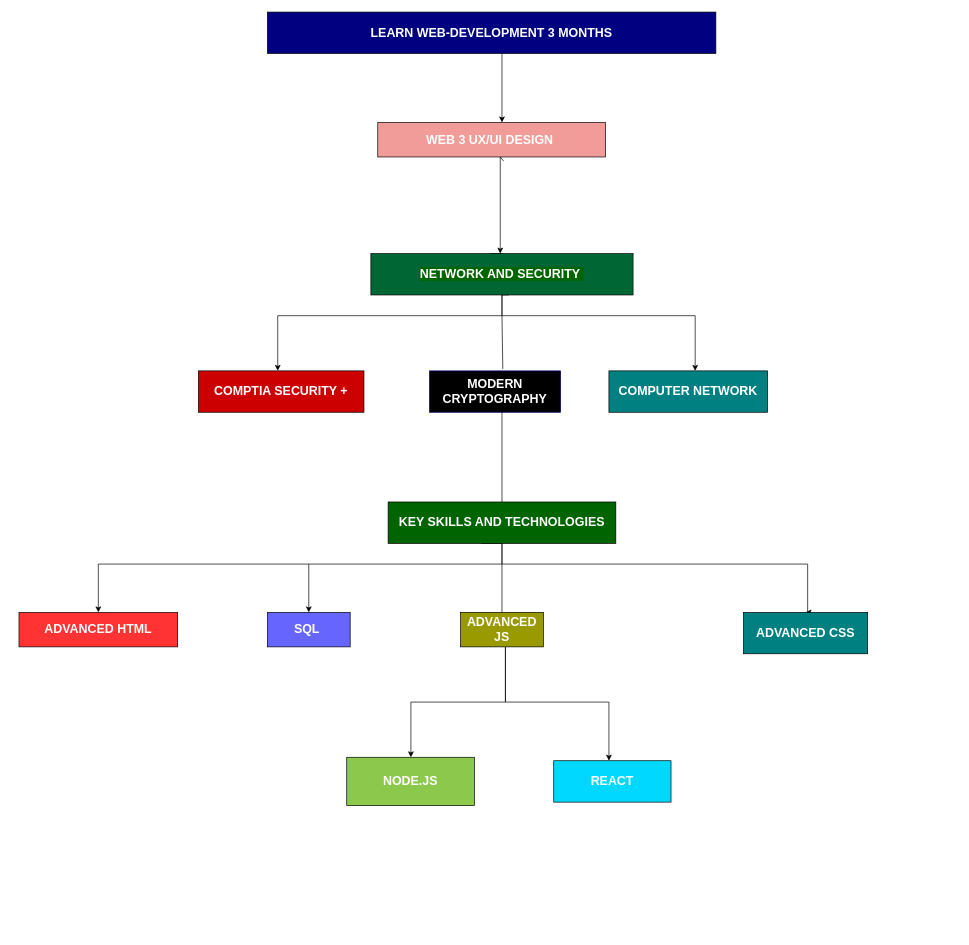
chapman91/Career-Portfolio keeps this draw.io diagram as Career_Roadmap_2023.drawio. Above is the earlier version. Source tidied: cells renumbered, new cells numbered last; positions are measured from the earlier drawing's top-left corner, leaving out a move shared by most shapes. Both pictures are drawn from the tidied source at 69%, with x=0, y=0 at pixel (19, 12).
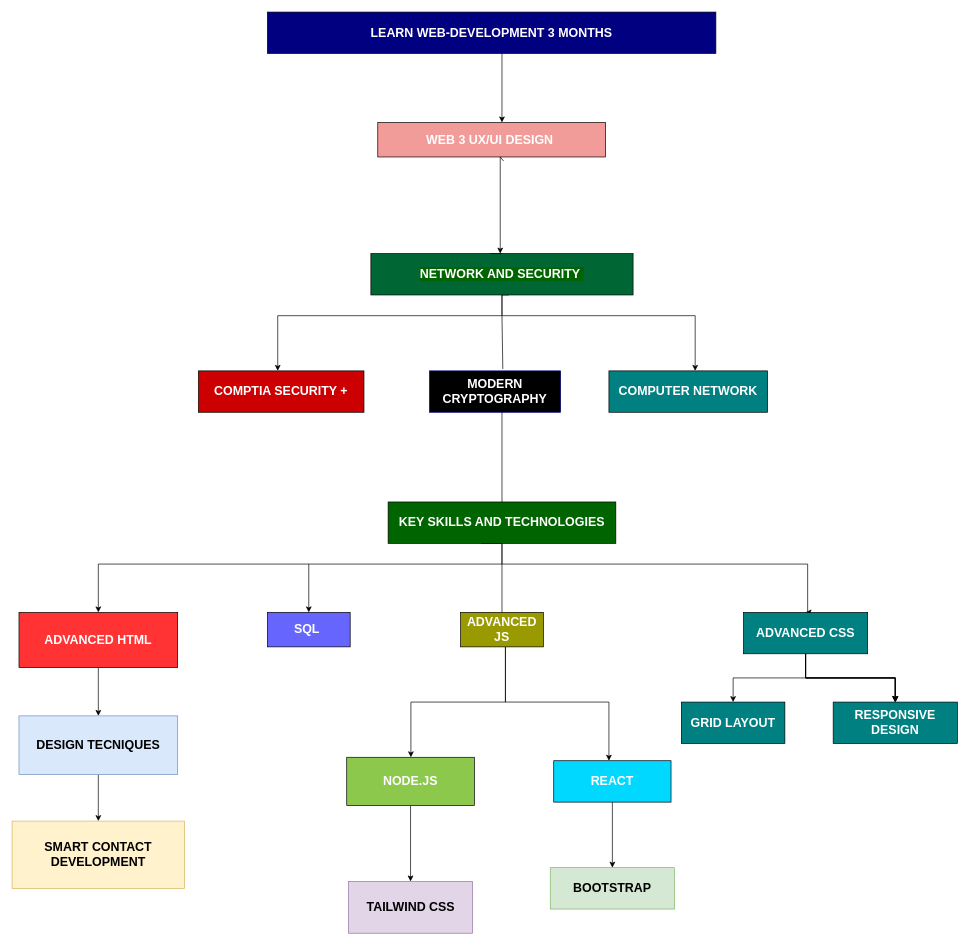
After the change.

The change refers to these unchanged cells:
```xml
<mxCell id="8" value="&lt;h2&gt;&lt;b&gt;&lt;font color=&quot;#ffffff&quot;&gt;ADVANCED CSS&lt;/font&gt;&lt;/b&gt;&lt;/h2&gt;" style="rounded=0;whiteSpace=wrap;html=1;fillColor=#008080;" parent="1" vertex="1">
  <mxGeometry x="1050" y="870" width="180" height="60" as="geometry" />
</mxCell>
<mxCell id="12" value="&lt;h2&gt;&lt;b&gt;&lt;font color=&quot;#ffffff&quot;&gt;NODE.JS&lt;/font&gt;&lt;/b&gt;&lt;/h2&gt;" style="whiteSpace=wrap;html=1;rounded=0;fillColor=#8CC84B;" parent="1" vertex="1">
  <mxGeometry x="475" y="1080" width="185" height="70" as="geometry" />
</mxCell>
<mxCell id="13" value="&lt;h2&gt;&lt;b&gt;&lt;font color=&quot;#ffffff&quot;&gt;REACT&lt;/font&gt;&lt;/b&gt;&lt;/h2&gt;" style="whiteSpace=wrap;html=1;rounded=0;fillColor=#00D8FF;" parent="1" vertex="1">
  <mxGeometry x="775" y="1085" width="170" height="60" as="geometry" />
</mxCell>
```

Change to the diagram source:
```diff
@@
+    <mxCell id="27" style="edgeStyle=orthogonalEdgeStyle;rounded=0;jettySize=auto;html=1;" parent="1" edge="1" source="7" target="37">
+      <mxGeometry relative="1" as="geometry" />
+    </mxCell>
     <mxCell id="7" value="&lt;h2&gt;&lt;font color=&quot;#ffffff&quot;&gt;ADVANCED HTML&lt;/font&gt;&lt;/h2&gt;" style="whiteSpace=wrap;html=1;rounded=0;fillColor=#FF3333;" parent="1" vertex="1">
-      <mxGeometry y="870" width="230" height="50" as="geometry" />
+      <mxGeometry y="870" width="230" height="80" as="geometry" />
     </mxCell>
+    <mxCell id="28" style="edgeStyle=orthogonalEdgeStyle;rounded=0;jettySize=auto;html=1;" parent="1" edge="1" source="8" target="38">
+      <mxGeometry relative="1" as="geometry" />
+    </mxCell>
+    <mxCell id="29" style="edgeStyle=orthogonalEdgeStyle;rounded=0;jettySize=auto;html=1;" parent="1" edge="1" source="8" target="38">
+      <mxGeometry relative="1" as="geometry" />
+    </mxCell>
+    <mxCell id="30" style="edgeStyle=orthogonalEdgeStyle;rounded=0;jettySize=auto;html=1;" parent="1" edge="1" source="8" target="38">
+      <mxGeometry relative="1" as="geometry" />
+    </mxCell>
+    <mxCell id="31" style="edgeStyle=orthogonalEdgeStyle;rounded=0;jettySize=auto;html=1;" parent="1" edge="1" source="8" target="38">
+      <mxGeometry relative="1" as="geometry" />
+    </mxCell>
+    <mxCell id="32" style="edgeStyle=orthogonalEdgeStyle;rounded=0;jettySize=auto;html=1;" parent="1" edge="1" source="8" target="38">
+      <mxGeometry relative="1" as="geometry" />
+    </mxCell>
+    <mxCell id="33" style="edgeStyle=orthogonalEdgeStyle;rounded=0;jettySize=auto;html=1;" parent="1" edge="1" source="8" target="39">
+      <mxGeometry relative="1" as="geometry" />
+    </mxCell>
@@
+    <mxCell id="34" style="edgeStyle=orthogonalEdgeStyle;rounded=0;jettySize=auto;html=1;" parent="1" edge="1" source="12" target="43">
+      <mxGeometry relative="1" as="geometry" />
+    </mxCell>
@@
+    <mxCell id="35" style="edgeStyle=orthogonalEdgeStyle;rounded=0;jettySize=auto;html=1;" parent="1" edge="1" source="13" target="42">
+      <mxGeometry relative="1" as="geometry" />
+    </mxCell>
@@
+    <mxCell id="36" style="edgeStyle=orthogonalEdgeStyle;rounded=0;jettySize=auto;html=1;" parent="1" edge="1" source="37" target="41">
+      <mxGeometry relative="1" as="geometry" />
+    </mxCell>
+    <mxCell id="37" value="&lt;h2&gt;DESIGN TECNIQUES&lt;/h2&gt;" style="whiteSpace=wrap;html=1;fillColor=#dae8fc;rounded=0;strokeColor=#6c8ebf;" parent="1" vertex="1">
+      <mxGeometry y="1020" width="230" height="85" as="geometry" />
+    </mxCell>
+    <mxCell id="38" value="&lt;h2&gt;&lt;font color=&quot;#ffffff&quot;&gt;RESPONSIVE DESIGN&lt;/font&gt;&lt;/h2&gt;" style="rounded=0;whiteSpace=wrap;html=1;fillColor=#008080;" parent="1" vertex="1">
+      <mxGeometry x="1180" y="1000" width="180" height="60" as="geometry" />
+    </mxCell>
+    <mxCell id="39" value="&lt;h2&gt;&lt;font color=&quot;#ffffff&quot;&gt;GRID LAYOUT&lt;/font&gt;&lt;/h2&gt;" style="whiteSpace=wrap;html=1;fillColor=#008080;rounded=0;" parent="1" vertex="1">
+      <mxGeometry x="960" y="1000" width="150" height="60" as="geometry" />
+    </mxCell>
+    <mxCell id="40" style="edgeStyle=orthogonalEdgeStyle;rounded=0;orthogonalLoop=1;jettySize=auto;html=1;exitX=0.5;exitY=1;exitDx=0;exitDy=0;" parent="1" edge="1" source="38" target="38">
+      <mxGeometry relative="1" as="geometry" />
+    </mxCell>
+    <mxCell id="41" value="&lt;h2&gt;&lt;b&gt;SMART CONTACT DEVELOPMENT&lt;/b&gt;&lt;/h2&gt;" style="whiteSpace=wrap;html=1;fillColor=#fff2cc;strokeColor=#d6b656;rounded=0;" parent="1" vertex="1">
+      <mxGeometry x="-10" y="1172.5" width="250" height="97.5" as="geometry" />
+    </mxCell>
+    <mxCell id="42" value="&lt;h2&gt;&lt;b&gt;BOOTSTRAP&lt;/b&gt;&lt;/h2&gt;" style="whiteSpace=wrap;html=1;fillColor=#d5e8d4;rounded=0;strokeColor=#82b366;" parent="1" vertex="1">
+      <mxGeometry x="770" y="1240" width="180" height="60" as="geometry" />
+    </mxCell>
+    <mxCell id="43" value="&lt;h2&gt;&lt;b&gt;TAILWIND CSS&lt;/b&gt;&lt;/h2&gt;" style="whiteSpace=wrap;html=1;fillColor=#e1d5e7;rounded=0;strokeColor=#9673a6;" parent="1" vertex="1">
+      <mxGeometry x="477.5" y="1260" width="180" height="75" as="geometry" />
+    </mxCell>
```
